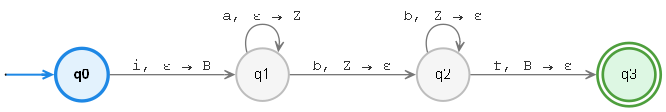
The Graphviz diagram files/dfa.png in felipenegretevela-ui/implemetaci-n-de-m-todos, before a commit. Its source is kept beside it as files/dfa.dot.
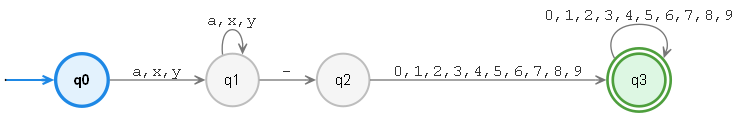
The same diagram one commit later.

Change to the diagram source:
```diff
@@ -10,9 +10,9 @@
   "q3" [shape=doublecircle, style=filled, fillcolor="#DDF7E3", color="#4E9F3D", penwidth=2];
 
   qi -> "q0" [color="#1E88E5", penwidth=1.5];
-  "q0" -> "q1" [label="i, ε → B"];
-  "q1" -> "q1" [label="a, ε → Z"];
-  "q1" -> "q2" [label="b, Z → ε"];
-  "q2" -> "q3" [label="f, B → ε"];
-  "q2" -> "q2" [label="b, Z → ε"];
+  "q0" -> "q1" [label="a,x,y"];
+  "q1" -> "q1" [label="a,x,y"];
+  "q1" -> "q2" [label="-"];
+  "q2" -> "q3" [label="0,1,2,3,4,5,6,7,8,9"];
+  "q3" -> "q3" [label="0,1,2,3,4,5,6,7,8,9"];
 }
```
